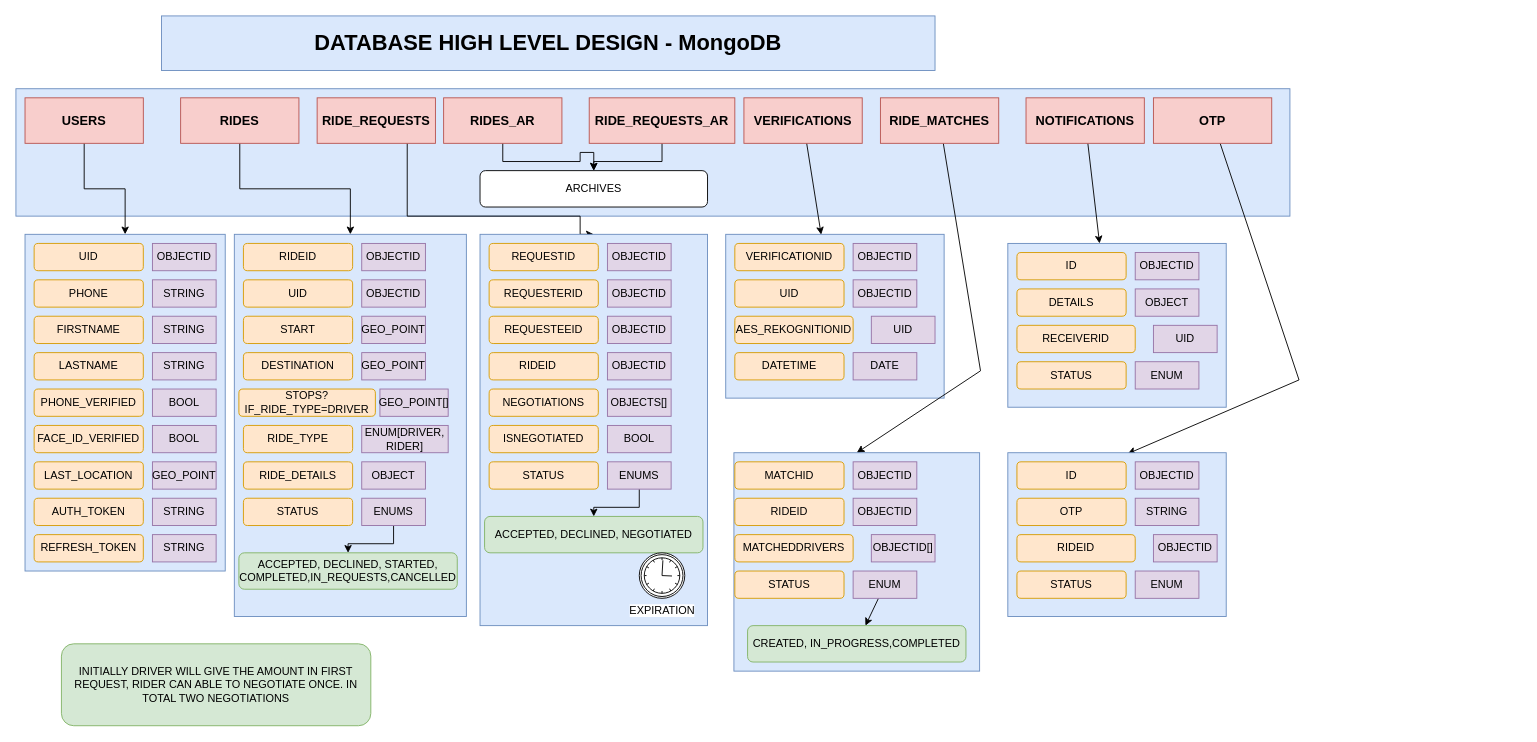
Above: page "HIGH LEVELDATABASE DESIGN" (3 of 6) of smart_ride_app_system_design.drawio in vijay010498/ride-off-smart-ride-app-docs (draw.io), before the change. Source tidied: cells renumbered, new cells numbered last; positions are measured from the earlier drawing's top-left corner, leaving out a move shared by most shapes. Both pictures are drawn from the tidied source at 91%, with x=0, y=0 at pixel (15, 15).
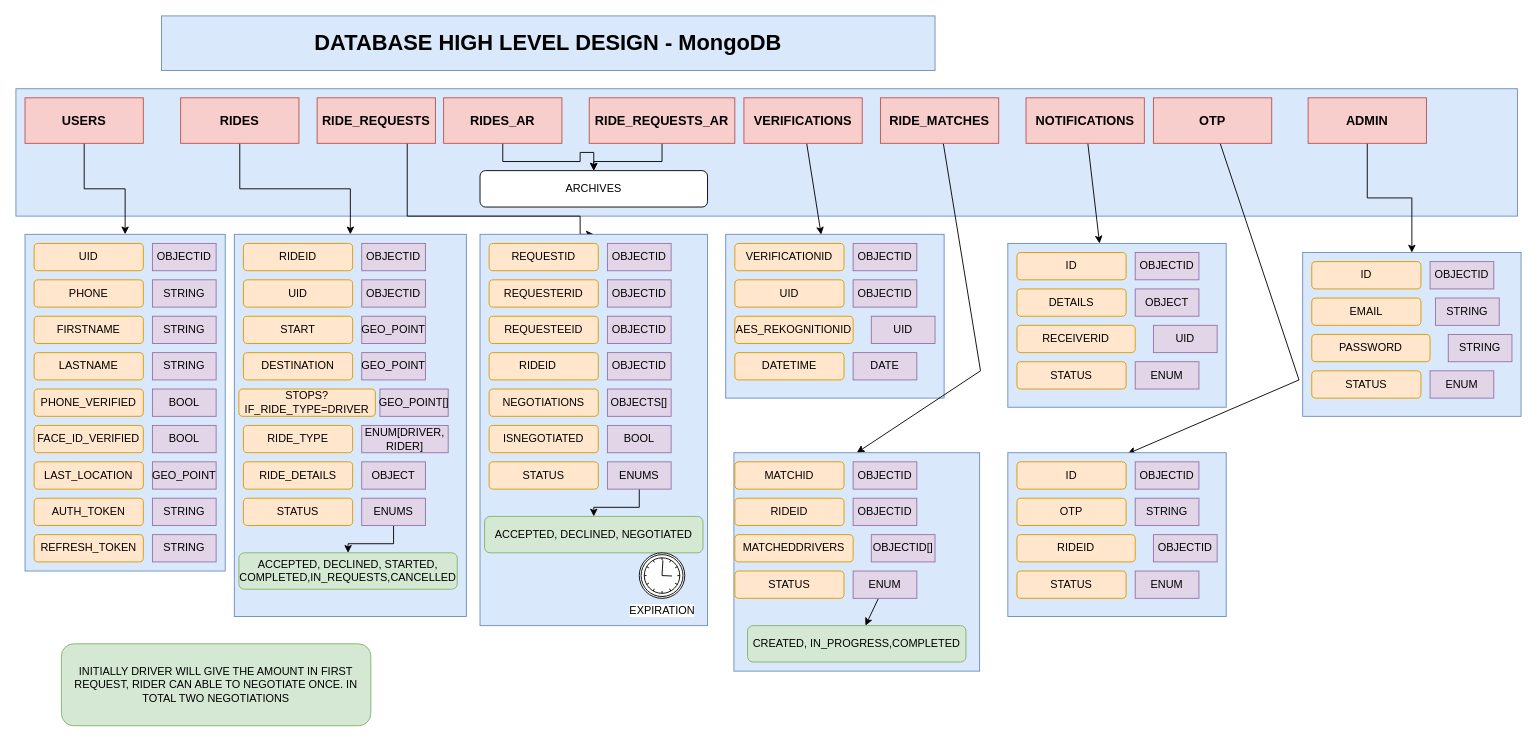
The same diagram, later.

Commit message (it also covers changes not shown here):
added admin collection in design

The edit, as a diff of the source:
```diff
@@
     <mxCell id="3" style="rounded=0;whiteSpace=wrap;html=1;fillColor=#dae8fc;strokeColor=#6c8ebf;" parent="1" vertex="1">
-      <mxGeometry y="80" width="1400" height="140" as="geometry" />
+      <mxGeometry y="80" width="1650" height="140" as="geometry" />
     </mxCell>
@@
+    <mxCell id="125" style="edgeStyle=orthogonalEdgeStyle;rounded=0;jettySize=auto;html=1;entryX=0.5;entryY=0;entryDx=0;entryDy=0;" parent="1" edge="1" source="126" target="127">
+      <mxGeometry relative="1" as="geometry" />
+    </mxCell>
+    <mxCell id="126" value="&lt;h3&gt;ADMIN&lt;/h3&gt;" style="rounded=0;whiteSpace=wrap;html=1;fillColor=#f8cecc;strokeColor=#b85450;" parent="1" vertex="1">
+      <mxGeometry x="1420" y="90" width="130" height="50" as="geometry" />
+    </mxCell>
+    <mxCell id="127" style="rounded=0;whiteSpace=wrap;html=1;fillColor=#dae8fc;strokeColor=#6c8ebf;" parent="1" vertex="1">
+      <mxGeometry x="1414" y="260" width="240" height="180" as="geometry" />
+    </mxCell>
+    <mxCell id="128" value="ID" style="rounded=1;whiteSpace=wrap;html=1;fillColor=#ffe6cc;strokeColor=#d79b00;" parent="1" vertex="1">
+      <mxGeometry x="1424" y="270" width="120" height="30" as="geometry" />
+    </mxCell>
+    <mxCell id="129" style="edgeStyle=orthogonalEdgeStyle;rounded=0;orthogonalLoop=1;jettySize=auto;html=1;exitX=0.5;exitY=1;exitDx=0;exitDy=0;" parent="1" edge="1" source="128" target="128">
+      <mxGeometry relative="1" as="geometry" />
+    </mxCell>
+    <mxCell id="130" value="EMAIL" style="rounded=1;whiteSpace=wrap;html=1;fillColor=#ffe6cc;strokeColor=#d79b00;" parent="1" vertex="1">
+      <mxGeometry x="1424" y="310" width="120" height="30" as="geometry" />
+    </mxCell>
+    <mxCell id="131" value="PASSWORD" style="rounded=1;whiteSpace=wrap;html=1;fillColor=#ffe6cc;strokeColor=#d79b00;" parent="1" vertex="1">
+      <mxGeometry x="1424" y="350" width="130" height="30" as="geometry" />
+    </mxCell>
+    <mxCell id="132" value="STATUS" style="rounded=1;whiteSpace=wrap;html=1;fillColor=#ffe6cc;strokeColor=#d79b00;" parent="1" vertex="1">
+      <mxGeometry x="1424" y="390" width="120" height="30" as="geometry" />
+    </mxCell>
+    <mxCell id="133" value="OBJECTID" style="rounded=0;whiteSpace=wrap;html=1;fillColor=#e1d5e7;strokeColor=#9673a6;" parent="1" vertex="1">
+      <mxGeometry x="1554" y="270" width="70" height="30" as="geometry" />
+    </mxCell>
+    <mxCell id="134" value="STRING" style="rounded=0;whiteSpace=wrap;html=1;fillColor=#e1d5e7;strokeColor=#9673a6;" parent="1" vertex="1">
+      <mxGeometry x="1574" y="350" width="70" height="30" as="geometry" />
+    </mxCell>
+    <mxCell id="135" value="ENUM" style="rounded=0;whiteSpace=wrap;html=1;fillColor=#e1d5e7;strokeColor=#9673a6;" parent="1" vertex="1">
+      <mxGeometry x="1554" y="390" width="70" height="30" as="geometry" />
+    </mxCell>
+    <mxCell id="136" value="STRING" style="rounded=0;whiteSpace=wrap;html=1;fillColor=#e1d5e7;strokeColor=#9673a6;" parent="1" vertex="1">
+      <mxGeometry x="1560" y="310" width="70" height="30" as="geometry" />
+    </mxCell>
```
